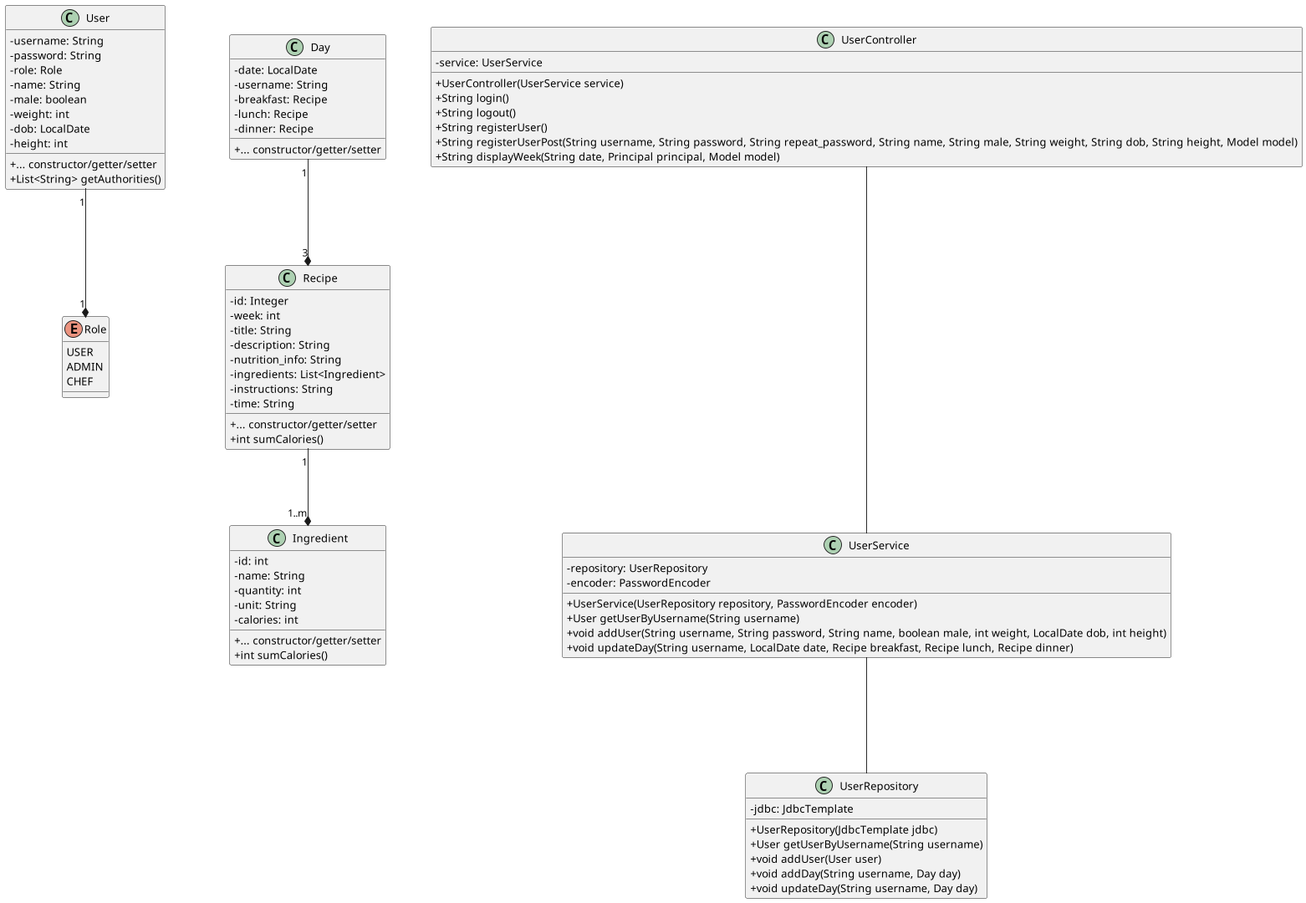
The PlantUML diagram diagram/class-diagram.png in sofush/kostplan, before a commit.
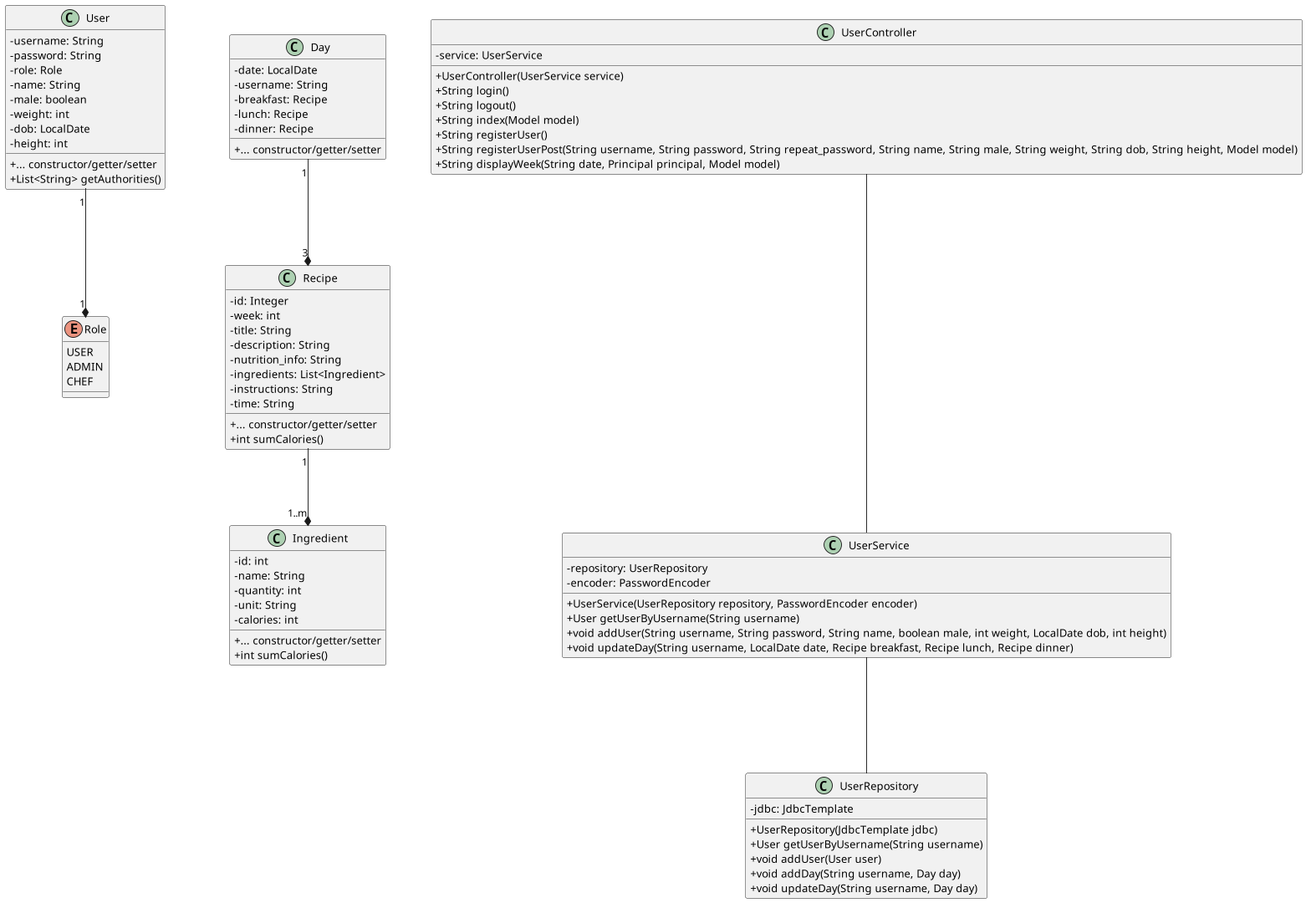
After the change.

Commit message:
docs: update class diagram png

Diff of the diagram source:
```diff
@@ -52,6 +52,7 @@
 	+ UserController(UserService service)
 	+ String login()
 	+ String logout()
+	+ String index(Model model)
 	+ String registerUser()
 	+ String registerUserPost(String username, String password, String repeat_password, String name, String male, String weight, String dob, String height, Model model)
 	+ String displayWeek(String date, Principal principal, Model model)
```
